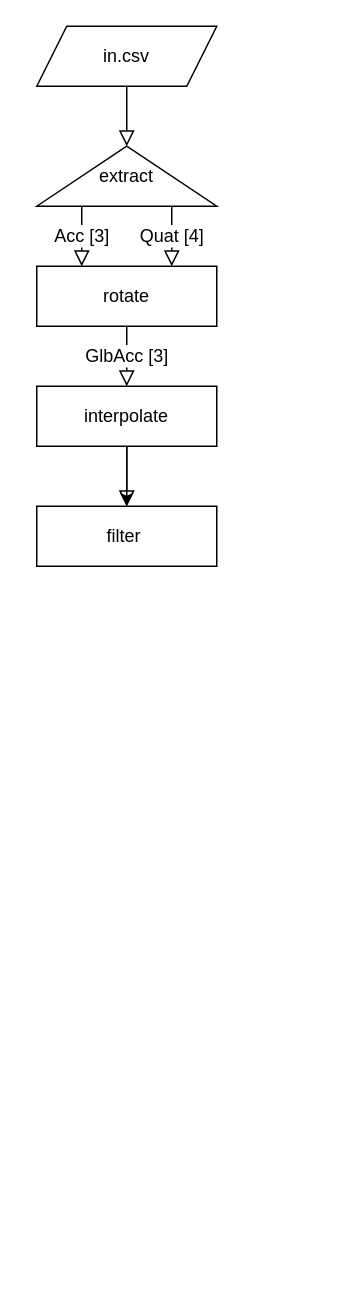
dragoon8192/LPMS-self-localization keeps this draw.io diagram as img/flowchart.drawio. Above is the earlier version. Source tidied: cells renumbered, new cells numbered last; positions are measured from the earlier drawing's top-left corner, leaving out a move shared by most shapes. Both pictures are drawn from the tidied source at 150%, with x=0, y=0 at pixel (36, 26).
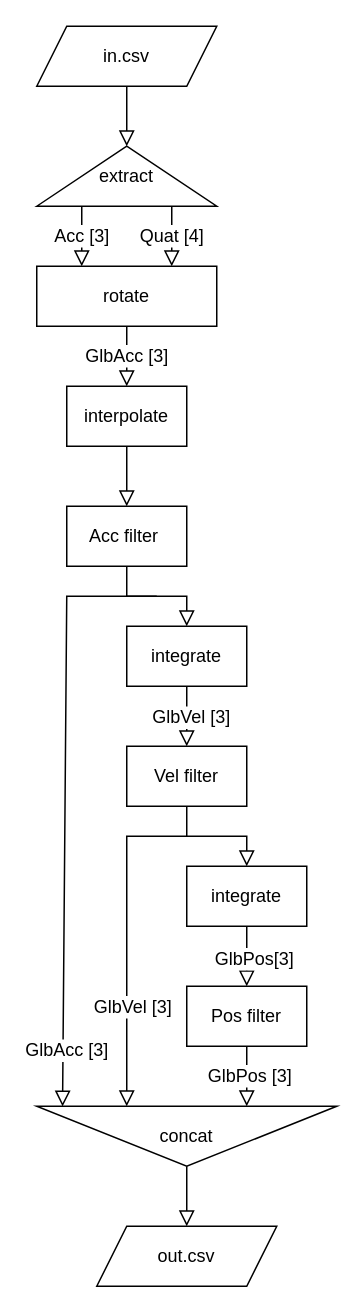
The same page after the edit.

Commit message (it also covers changes not shown here):
flowchart.drawio を更新します

Diff of the diagram source:
```diff
@@
-    <mxCell id="9" style="edgeStyle=orthogonalEdgeStyle;rounded=0;jettySize=auto;html=1;fontSize=12;" parent="1" edge="1" source="10" target="12">
-      <mxGeometry relative="1" as="geometry" />
-    </mxCell>
     <mxCell id="10" value="interpolate" style="rounded=0;whiteSpace=wrap;html=1;fontFamily=Helvetica;fontSize=12;fontColor=default;" parent="1" vertex="1">
-      <mxGeometry y="240" width="120" height="40" as="geometry" />
+      <mxGeometry x="20" y="240" width="80" height="40" as="geometry" />
     </mxCell>
@@
-    <mxCell id="12" value="filter&amp;nbsp;" style="whiteSpace=wrap;html=1;fontSize=12;" parent="1" vertex="1">
-      <mxGeometry y="320" width="120" height="40" as="geometry" />
+    <mxCell id="12" value="Acc filter&amp;nbsp;" style="whiteSpace=wrap;html=1;fontSize=12;" parent="1" vertex="1">
+      <mxGeometry x="20" y="320" width="80" height="40" as="geometry" />
     </mxCell>
+    <mxCell id="13" style="endArrow=block;html=1;rounded=0;fontSize=12;shadow=0;endSize=8;strokeWidth=1;endFill=0;" parent="1" edge="1" source="12" target="14">
+      <mxGeometry relative="1" as="geometry">
+        <Array as="points">
+          <mxPoint x="60" y="380" />
+          <mxPoint x="100" y="380" />
+        </Array>
+      </mxGeometry>
+    </mxCell>
+    <mxCell id="14" value="integrate" style="whiteSpace=wrap;html=1;fontSize=12;" parent="1" vertex="1">
+      <mxGeometry x="60" y="400" width="80" height="40" as="geometry" />
+    </mxCell>
+    <mxCell id="15" style="endArrow=block;html=1;rounded=0;fontSize=12;shadow=0;endSize=8;strokeWidth=1;endFill=0;entryX=0.003;entryY=0.914;entryDx=0;entryDy=0;entryPerimeter=0;" parent="1" edge="1" target="30">
+      <mxGeometry relative="1" as="geometry">
+        <mxPoint x="80" y="380" as="sourcePoint" />
+        <Array as="points">
+          <mxPoint x="20" y="380" />
+        </Array>
+      </mxGeometry>
+    </mxCell>
+    <mxCell id="16" value="GlbAcc [3]" style="edgeLabel;html=1;align=center;verticalAlign=middle;fontSize=12;" parent="15" vertex="1">
+      <mxGeometry x="0.81" y="2" relative="1" as="geometry" />
+    </mxCell>
+    <mxCell id="17" style="endArrow=block;html=1;rounded=0;fontSize=12;shadow=0;endSize=8;strokeWidth=1;endFill=0;" parent="1" edge="1" source="14" target="19">
+      <mxGeometry relative="1" as="geometry" />
+    </mxCell>
+    <mxCell id="18" value="GlbVel [3]" style="edgeLabel;html=1;align=center;verticalAlign=middle;fontSize=12;" parent="17" vertex="1">
+      <mxGeometry y="2" relative="1" as="geometry" />
+    </mxCell>
+    <mxCell id="19" value="Vel filter" style="whiteSpace=wrap;html=1;fontSize=12;" parent="1" vertex="1">
+      <mxGeometry x="60" y="480" width="80" height="40" as="geometry" />
+    </mxCell>
+    <mxCell id="20" style="endArrow=block;html=1;rounded=0;fontSize=12;shadow=0;endSize=8;strokeWidth=1;endFill=0;" parent="1" edge="1" source="19" target="21">
+      <mxGeometry relative="1" as="geometry">
+        <Array as="points">
+          <mxPoint x="100" y="540" />
+          <mxPoint x="140" y="540" />
+        </Array>
+      </mxGeometry>
+    </mxCell>
+    <mxCell id="21" value="integrate" style="whiteSpace=wrap;html=1;fontSize=12;" parent="1" vertex="1">
+      <mxGeometry x="100" y="560" width="80" height="40" as="geometry" />
+    </mxCell>
+    <mxCell id="22" style="endArrow=block;html=1;rounded=0;fontSize=12;shadow=0;endSize=8;strokeWidth=1;endFill=0;entryX=0;entryY=0.7;entryDx=0;entryDy=0;entryPerimeter=0;" parent="1" edge="1" target="30">
+      <mxGeometry relative="1" as="geometry">
+        <mxPoint x="100" y="540" as="sourcePoint" />
+        <Array as="points">
+          <mxPoint x="60" y="540" />
+        </Array>
+      </mxGeometry>
+    </mxCell>
+    <mxCell id="23" value="GlbVel [3]" style="edgeLabel;html=1;align=center;verticalAlign=middle;fontSize=12;" parent="22" vertex="1">
+      <mxGeometry x="0.39" y="3" relative="1" as="geometry" />
+    </mxCell>
+    <mxCell id="24" style="endArrow=block;html=1;rounded=0;fontSize=12;shadow=0;endSize=8;strokeWidth=1;endFill=0;" parent="1" edge="1" target="26">
+      <mxGeometry relative="1" as="geometry">
+        <mxPoint x="140" y="600" as="sourcePoint" />
+      </mxGeometry>
+    </mxCell>
+    <mxCell id="25" value="GlbPos[3]" style="edgeLabel;html=1;align=center;verticalAlign=middle;fontSize=12;" parent="24" vertex="1">
+      <mxGeometry x="0.05" y="4" relative="1" as="geometry" />
+    </mxCell>
+    <mxCell id="26" value="Pos filter" style="whiteSpace=wrap;html=1;fontSize=12;" parent="1" vertex="1">
+      <mxGeometry x="100" y="640" width="80" height="40" as="geometry" />
+    </mxCell>
+    <mxCell id="27" style="endArrow=block;html=1;rounded=0;fontSize=12;shadow=0;endSize=8;strokeWidth=1;endFill=0;snapToPoint=0;entryX=0;entryY=0.3;entryDx=0;entryDy=0;entryPerimeter=0;" parent="1" edge="1" source="26" target="30">
+      <mxGeometry relative="1" as="geometry" />
+    </mxCell>
+    <mxCell id="28" value="GlbPos [3]" style="edgeLabel;html=1;align=center;verticalAlign=middle;fontSize=12;" parent="27" vertex="1">
+      <mxGeometry x="-0.03" y="1" relative="1" as="geometry" />
+    </mxCell>
+    <mxCell id="29" style="edgeStyle=orthogonalEdgeStyle;rounded=0;jettySize=auto;html=1;fontSize=12;endArrow=block;shadow=0;endSize=8;strokeWidth=1;endFill=0;" parent="1" edge="1" source="30" target="31">
+      <mxGeometry relative="1" as="geometry" />
+    </mxCell>
+    <mxCell id="30" value="concat" style="triangle;whiteSpace=wrap;html=1;fontSize=12;direction=south;snapToPoint=1;" parent="1" vertex="1">
+      <mxGeometry y="720" width="200" height="40" as="geometry" />
+    </mxCell>
+    <mxCell id="31" value="out.csv" style="shape=parallelogram;perimeter=parallelogramPerimeter;whiteSpace=wrap;html=1;fixedSize=1;fontSize=12;" parent="1" vertex="1">
+      <mxGeometry x="40" y="800" width="120" height="40" as="geometry" />
+    </mxCell>
```
